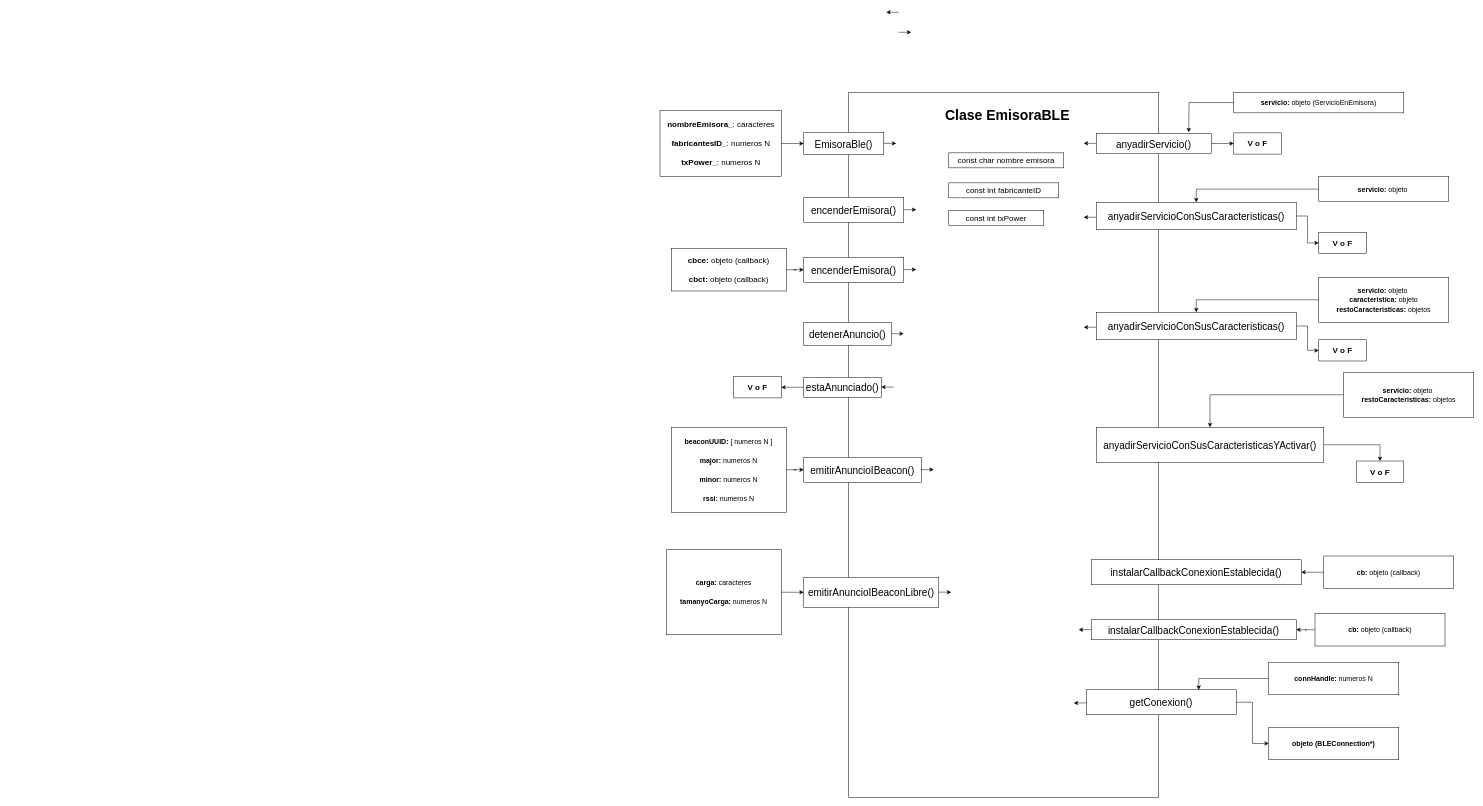
Before: Diseño/DiseñoProgramaDeArduino.drawio in JosueBellota/ProyectoDeBiometria, a draw.io diagram. Source tidied: cells renumbered, new cells numbered last; positions are measured from the earlier drawing's top-left corner, leaving out a move shared by most shapes. Both pictures are drawn from the tidied source at 50%, with x=0, y=0 at pixel (660, 12).
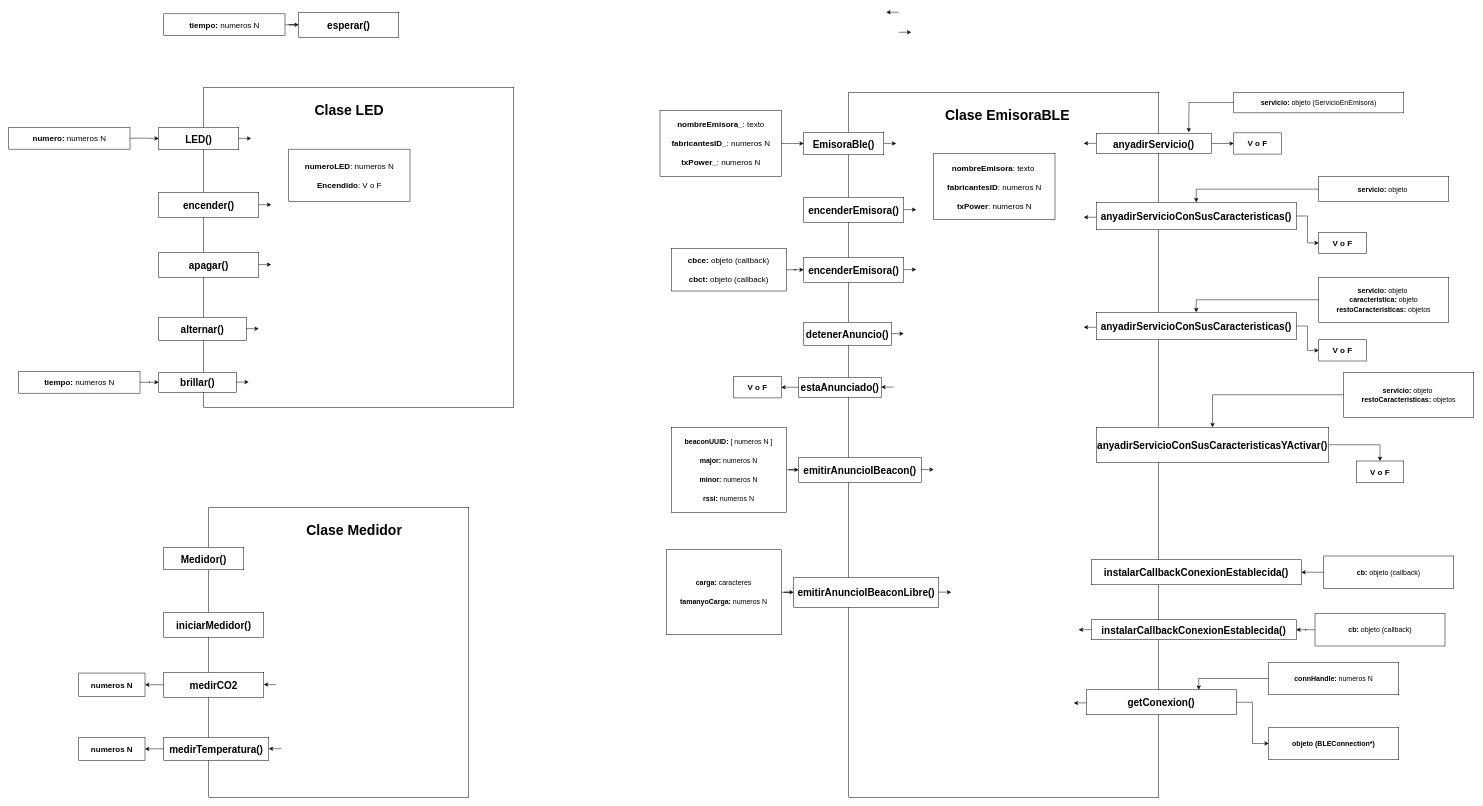
After the change.

Commit message (it also covers changes not shown here):
Comentarios del Diseño Clase Medidor Añadido

Diff of the diagram source:
```diff
@@
-    <mxCell id="4" value="encenderEmisora()" style="rounded=0;whiteSpace=wrap;html=1;fontSize=20;" parent="1" vertex="1">
+    <mxCell id="4" value="encenderEmisora()" style="rounded=0;whiteSpace=wrap;html=1;fontSize=20;fontStyle=1;" parent="1" vertex="1">
       <mxGeometry x="288" y="370" width="200" height="50" as="geometry" />
     </mxCell>
-    <mxCell id="5" value="detenerAnuncio()" style="rounded=0;whiteSpace=wrap;html=1;fontSize=20;" parent="1" vertex="1">
+    <mxCell id="5" value="detenerAnuncio()" style="rounded=0;whiteSpace=wrap;html=1;fontSize=20;fontStyle=1;" parent="1" vertex="1">
       <mxGeometry x="288" y="620" width="175" height="46.2" as="geometry" />
     </mxCell>
@@
-    <mxCell id="7" value="estaAnunciado()" style="rounded=0;whiteSpace=wrap;html=1;fontSize=20;" parent="1" vertex="1">
-      <mxGeometry x="288" y="730" width="155" height="40" as="geometry" />
+    <mxCell id="7" value="estaAnunciado()" style="rounded=0;whiteSpace=wrap;html=1;fontSize=20;fontStyle=1;" parent="1" vertex="1">
+      <mxGeometry x="278" y="730" width="165" height="40" as="geometry" />
     </mxCell>
-    <mxCell id="8" value="emitirAnuncioIBeacon()" style="rounded=0;whiteSpace=wrap;html=1;fontSize=20;" parent="1" vertex="1">
-      <mxGeometry x="288" y="890" width="235" height="50" as="geometry" />
+    <mxCell id="8" value="emitirAnuncioIBeacon()" style="rounded=0;whiteSpace=wrap;html=1;fontSize=20;fontStyle=1;" parent="1" vertex="1">
+      <mxGeometry x="278" y="890" width="245" height="50" as="geometry" />
     </mxCell>
@@
-    <mxCell id="10" value="anyadirServicio()" style="rounded=0;whiteSpace=wrap;html=1;fontSize=20;" parent="1" vertex="1">
+    <mxCell id="10" value="anyadirServicio()" style="rounded=0;whiteSpace=wrap;html=1;fontSize=20;fontStyle=1;" parent="1" vertex="1">
       <mxGeometry x="873" y="242.5" width="230" height="40" as="geometry" />
     </mxCell>
@@
-    <mxCell id="12" value="anyadirServicioConSusCaracteristicas()" style="rounded=0;whiteSpace=wrap;html=1;fontSize=20;" parent="1" vertex="1">
+    <mxCell id="12" value="anyadirServicioConSusCaracteristicas()" style="rounded=0;whiteSpace=wrap;html=1;fontSize=20;fontStyle=1;" parent="1" vertex="1">
       <mxGeometry x="873" y="380" width="400" height="55" as="geometry" />
     </mxCell>
-    <mxCell id="13" value="instalarCallbackConexionEstablecida()" style="rounded=0;whiteSpace=wrap;html=1;fontSize=20;" parent="1" vertex="1">
+    <mxCell id="13" value="instalarCallbackConexionEstablecida()" style="rounded=0;whiteSpace=wrap;html=1;fontSize=20;fontStyle=1;" parent="1" vertex="1">
       <mxGeometry x="863" y="1095" width="420" height="50" as="geometry" />
     </mxCell>
-    <mxCell id="14" value="instalarCallbackConexionEstablecida()" style="rounded=0;whiteSpace=wrap;html=1;fontSize=20;" parent="1" vertex="1">
+    <mxCell id="14" value="instalarCallbackConexionEstablecida()" style="rounded=0;whiteSpace=wrap;html=1;fontSize=20;fontStyle=1;" parent="1" vertex="1">
       <mxGeometry x="863" y="1215" width="410" height="40" as="geometry" />
     </mxCell>
@@
-    <mxCell id="16" value="getConexion()" style="rounded=0;whiteSpace=wrap;html=1;fontSize=20;" parent="1" vertex="1">
+    <mxCell id="16" value="getConexion()" style="rounded=0;whiteSpace=wrap;html=1;fontSize=20;fontStyle=1;" parent="1" vertex="1">
       <mxGeometry x="853" y="1355" width="300" height="50" as="geometry" />
     </mxCell>
-    <mxCell id="17" value="const char nombre emisora" style="rounded=0;whiteSpace=wrap;html=1;fontSize=16;" parent="1" vertex="1">
-      <mxGeometry x="578" y="281.2" width="230" height="30" as="geometry" />
-    </mxCell>
-    <mxCell id="18" value="const int fabricanteID" style="rounded=0;whiteSpace=wrap;html=1;fontSize=16;" parent="1" vertex="1">
-      <mxGeometry x="578" y="341.2" width="220" height="30" as="geometry" />
-    </mxCell>
-    <mxCell id="19" value="const int txPower" style="rounded=0;whiteSpace=wrap;html=1;fontSize=16;" parent="1" vertex="1">
-      <mxGeometry x="578" y="396.2" width="190" height="30" as="geometry" />
-    </mxCell>
@@
-    <mxCell id="21" value="&lt;b&gt;nombreEmisora_&lt;/b&gt;: caracteres&lt;div&gt;&lt;br&gt;&lt;/div&gt;&lt;div&gt;&lt;b&gt;fabricantesID_&lt;/b&gt;: numeros N&lt;/div&gt;&lt;div&gt;&lt;br&gt;&lt;/div&gt;&lt;div&gt;&lt;b&gt;txPower_&lt;/b&gt;: numeros N&lt;/div&gt;" style="rounded=0;whiteSpace=wrap;html=1;fontSize=16;" parent="1" vertex="1">
+    <mxCell id="21" value="&lt;b&gt;nombreEmisora_&lt;/b&gt;: texto&lt;div&gt;&lt;br&gt;&lt;/div&gt;&lt;div&gt;&lt;b&gt;fabricantesID_&lt;/b&gt;: numeros N&lt;/div&gt;&lt;div&gt;&lt;br&gt;&lt;/div&gt;&lt;div&gt;&lt;b&gt;txPower_&lt;/b&gt;: numeros N&lt;/div&gt;" style="rounded=0;whiteSpace=wrap;html=1;fontSize=16;" parent="1" vertex="1">
       <mxGeometry x="0.5" y="196.2" width="242.5" height="132.5" as="geometry" />
     </mxCell>
-    <mxCell id="22" value="&lt;font&gt;EmisoraBle()&lt;/font&gt;" style="rounded=0;whiteSpace=wrap;html=1;fontSize=20;" parent="1" vertex="1">
+    <mxCell id="22" value="&lt;font&gt;EmisoraBle()&lt;/font&gt;" style="rounded=0;whiteSpace=wrap;html=1;fontSize=20;fontStyle=1;" parent="1" vertex="1">
       <mxGeometry x="288" y="240" width="160" height="45" as="geometry" />
     </mxCell>
@@
-    <mxCell id="27" value="encenderEmisora()" style="rounded=0;whiteSpace=wrap;html=1;fontSize=20;" parent="1" vertex="1">
+    <mxCell id="27" value="encenderEmisora()" style="rounded=0;whiteSpace=wrap;html=1;fontSize=20;fontStyle=1;" parent="1" vertex="1">
       <mxGeometry x="288" y="490" width="200" height="50" as="geometry" />
     </mxCell>
@@
-    <mxCell id="53" value="emitirAnuncioIBeaconLibre()" style="rounded=0;whiteSpace=wrap;html=1;fontSize=20;" parent="1" vertex="1">
-      <mxGeometry x="288" y="1130" width="270" height="60" as="geometry" />
+    <mxCell id="53" value="emitirAnuncioIBeaconLibre()" style="rounded=0;whiteSpace=wrap;html=1;fontSize=20;fontStyle=1;" parent="1" vertex="1">
+      <mxGeometry x="268" y="1130" width="290" height="60" as="geometry" />
     </mxCell>
@@
-    <mxCell id="65" value="anyadirServicioConSusCaracteristicas()" style="rounded=0;whiteSpace=wrap;html=1;fontSize=20;" parent="1" vertex="1">
+    <mxCell id="65" value="anyadirServicioConSusCaracteristicas()" style="rounded=0;whiteSpace=wrap;html=1;fontSize=20;fontStyle=1;" parent="1" vertex="1">
       <mxGeometry x="873" y="600" width="400" height="55" as="geometry" />
     </mxCell>
@@
-    <mxCell id="74" value="anyadirServicioConSusCaracteristicasYActivar()" style="rounded=0;whiteSpace=wrap;html=1;fontSize=20;" parent="1" vertex="1">
-      <mxGeometry x="873" y="830" width="455" height="70" as="geometry" />
+    <mxCell id="74" value="anyadirServicioConSusCaracteristicasYActivar()" style="rounded=0;whiteSpace=wrap;html=1;fontSize=20;fontStyle=1;" parent="1" vertex="1">
+      <mxGeometry x="873" y="830" width="465" height="70" as="geometry" />
     </mxCell>
@@
+    <mxCell id="83" value="&lt;b&gt;nombreEmisora&lt;/b&gt;: texto&amp;nbsp;&lt;div&gt;&lt;br&gt;&lt;/div&gt;&lt;div&gt;&lt;b&gt;fabricantesID&lt;/b&gt;: numeros N&lt;/div&gt;&lt;div&gt;&lt;br&gt;&lt;/div&gt;&lt;div&gt;&lt;b&gt;txPower&lt;/b&gt;: numeros N&lt;/div&gt;" style="rounded=0;whiteSpace=wrap;html=1;fontSize=16;" parent="1" vertex="1">
+      <mxGeometry x="548" y="282.5" width="242.5" height="132.5" as="geometry" />
+    </mxCell>
+    <mxCell id="84" style="rounded=0;whiteSpace=wrap;html=1;strokeColor=default;align=center;verticalAlign=middle;fontFamily=Helvetica;fontSize=20;fontColor=default;fillColor=default;" parent="1" vertex="1">
+      <mxGeometry x="-912" y="150" width="620" height="640" as="geometry" />
+    </mxCell>
+    <mxCell id="85" value="Clase LED" style="text;html=1;align=center;verticalAlign=middle;whiteSpace=wrap;rounded=0;fontSize=28;fontStyle=1;" parent="1" vertex="1">
+      <mxGeometry x="-705.8" y="150" width="170" height="90" as="geometry" />
+    </mxCell>
+    <mxCell id="86" value="encender()" style="rounded=0;whiteSpace=wrap;html=1;fontSize=20;fontStyle=1;" parent="1" vertex="1">
+      <mxGeometry x="-1002" y="360" width="200" height="50" as="geometry" />
+    </mxCell>
+    <mxCell id="87" value="alternar()" style="rounded=0;whiteSpace=wrap;html=1;fontSize=20;fontStyle=1;" parent="1" vertex="1">
+      <mxGeometry x="-1002" y="610" width="175" height="46.2" as="geometry" />
+    </mxCell>
+    <mxCell id="88" value="brillar()" style="rounded=0;whiteSpace=wrap;html=1;fontSize=20;fontStyle=1;" parent="1" vertex="1">
+      <mxGeometry x="-1002" y="720" width="155" height="40" as="geometry" />
+    </mxCell>
+    <mxCell id="89" value="&lt;font&gt;LED()&lt;/font&gt;" style="rounded=0;whiteSpace=wrap;html=1;fontSize=20;fontStyle=1;" parent="1" vertex="1">
+      <mxGeometry x="-1002" y="230" width="160" height="45" as="geometry" />
+    </mxCell>
+    <mxCell id="90" value="apagar()" style="rounded=0;whiteSpace=wrap;html=1;fontSize=20;fontStyle=1;" parent="1" vertex="1">
+      <mxGeometry x="-1002" y="480" width="200" height="50" as="geometry" />
+    </mxCell>
+    <mxCell id="91" style="endArrow=classic;html=1;rounded=0;fontFamily=Helvetica;fontSize=20;fontColor=default;" parent="1" edge="1">
+      <mxGeometry relative="1" as="geometry">
+        <mxPoint x="-802" y="384.8" as="sourcePoint" />
+        <mxPoint x="-777" y="384.8" as="targetPoint" />
+      </mxGeometry>
+    </mxCell>
+    <mxCell id="92" style="edgeLabel;html=1;align=center;verticalAlign=middle;rounded=0;strokeColor=default;fontFamily=Helvetica;fontSize=20;fontColor=default;fillColor=default;" parent="91" vertex="1">
+      <mxGeometry relative="1" as="geometry" />
+    </mxCell>
+    <mxCell id="93" style="endArrow=classic;html=1;rounded=0;fontFamily=Helvetica;fontSize=20;fontColor=default;" parent="1" edge="1">
+      <mxGeometry relative="1" as="geometry">
+        <mxPoint x="-802" y="504.7" as="sourcePoint" />
+        <mxPoint x="-777" y="504.7" as="targetPoint" />
+      </mxGeometry>
+    </mxCell>
+    <mxCell id="94" style="edgeLabel;html=1;align=center;verticalAlign=middle;rounded=0;strokeColor=default;fontFamily=Helvetica;fontSize=20;fontColor=default;fillColor=default;" parent="93" vertex="1">
+      <mxGeometry relative="1" as="geometry" />
+    </mxCell>
+    <mxCell id="95" style="endArrow=classic;html=1;rounded=0;fontFamily=Helvetica;fontSize=20;fontColor=default;" parent="1" edge="1">
+      <mxGeometry relative="1" as="geometry">
+        <mxPoint x="-827" y="632.8" as="sourcePoint" />
+        <mxPoint x="-802" y="632.8" as="targetPoint" />
+      </mxGeometry>
+    </mxCell>
+    <mxCell id="96" style="edgeLabel;html=1;align=center;verticalAlign=middle;rounded=0;strokeColor=default;fontFamily=Helvetica;fontSize=20;fontColor=default;fillColor=default;" parent="95" vertex="1">
+      <mxGeometry relative="1" as="geometry" />
+    </mxCell>
+    <mxCell id="97" style="endArrow=classic;html=1;rounded=0;fontFamily=Helvetica;fontSize=20;fontColor=default;" parent="1" edge="1">
+      <mxGeometry relative="1" as="geometry">
+        <mxPoint x="-847" y="739.7" as="sourcePoint" />
+        <mxPoint x="-822" y="739.7" as="targetPoint" />
+      </mxGeometry>
+    </mxCell>
+    <mxCell id="98" style="edgeLabel;html=1;align=center;verticalAlign=middle;rounded=0;strokeColor=default;fontFamily=Helvetica;fontSize=20;fontColor=default;fillColor=default;" parent="97" vertex="1">
+      <mxGeometry relative="1" as="geometry" />
+    </mxCell>
+    <mxCell id="99" style="endArrow=classic;html=1;rounded=0;fontFamily=Helvetica;fontSize=20;fontColor=default;" parent="1" edge="1">
+      <mxGeometry relative="1" as="geometry">
+        <mxPoint x="-842" y="252.3" as="sourcePoint" />
+        <mxPoint x="-817" y="252.3" as="targetPoint" />
+      </mxGeometry>
+    </mxCell>
+    <mxCell id="100" style="edgeLabel;html=1;align=center;verticalAlign=middle;rounded=0;strokeColor=default;fontFamily=Helvetica;fontSize=20;fontColor=default;fillColor=default;" parent="99" vertex="1">
+      <mxGeometry relative="1" as="geometry" />
+    </mxCell>
+    <mxCell id="101" value="&lt;div&gt;&lt;b style=&quot;background-color: transparent; color: light-dark(rgb(0, 0, 0), rgb(255, 255, 255));&quot;&gt;numeroLED&lt;/b&gt;&lt;span style=&quot;background-color: transparent; color: light-dark(rgb(0, 0, 0), rgb(255, 255, 255));&quot;&gt;: numeros N&lt;/span&gt;&lt;/div&gt;&lt;div&gt;&lt;br&gt;&lt;/div&gt;&lt;div&gt;&lt;b&gt;Encendido&lt;/b&gt;: V o F&lt;/div&gt;" style="rounded=0;whiteSpace=wrap;html=1;fontSize=16;" parent="1" vertex="1">
+      <mxGeometry x="-742" y="273.8" width="242.5" height="105" as="geometry" />
+    </mxCell>
+    <mxCell id="102" style="edgeStyle=orthogonalEdgeStyle;rounded=0;jettySize=auto;html=1;entryX=0;entryY=0.5;entryDx=0;entryDy=0;fontFamily=Helvetica;fontSize=20;fontColor=default;" parent="1" edge="1" source="103" target="89">
+      <mxGeometry relative="1" as="geometry" />
+    </mxCell>
+    <mxCell id="103" value="&lt;b&gt;numero: &lt;/b&gt;numeros N" style="rounded=0;whiteSpace=wrap;html=1;fontSize=16;" parent="1" vertex="1">
+      <mxGeometry x="-1302" y="230" width="242.5" height="43.8" as="geometry" />
+    </mxCell>
+    <mxCell id="104" value="esperar()" style="rounded=0;whiteSpace=wrap;html=1;fontSize=20;fontStyle=1;" parent="1" vertex="1">
+      <mxGeometry x="-722" width="200" height="50" as="geometry" />
+    </mxCell>
+    <mxCell id="105" style="edgeStyle=orthogonalEdgeStyle;rounded=0;jettySize=auto;html=1;entryX=0;entryY=0.5;entryDx=0;entryDy=0;fontFamily=Helvetica;fontSize=20;fontColor=default;" parent="1" edge="1" source="106" target="104">
+      <mxGeometry relative="1" as="geometry" />
+    </mxCell>
+    <mxCell id="106" value="&lt;b&gt;tiempo: &lt;/b&gt;numeros N" style="rounded=0;whiteSpace=wrap;html=1;fontSize=16;" parent="1" vertex="1">
+      <mxGeometry x="-992" y="3.1" width="242.5" height="43.8" as="geometry" />
+    </mxCell>
+    <mxCell id="107" style="edgeStyle=orthogonalEdgeStyle;rounded=0;jettySize=auto;html=1;entryX=0;entryY=0.5;entryDx=0;entryDy=0;fontFamily=Helvetica;fontSize=20;fontColor=default;" parent="1" edge="1" source="108" target="88">
+      <mxGeometry relative="1" as="geometry" />
+    </mxCell>
+    <mxCell id="108" value="&lt;b&gt;tiempo: &lt;/b&gt;numeros N" style="rounded=0;whiteSpace=wrap;html=1;fontSize=16;" parent="1" vertex="1">
+      <mxGeometry x="-1282" y="718.1" width="242.5" height="43.8" as="geometry" />
+    </mxCell>
+    <mxCell id="109" style="rounded=0;whiteSpace=wrap;html=1;strokeColor=default;align=center;verticalAlign=middle;fontFamily=Helvetica;fontSize=20;fontColor=default;fillColor=default;" parent="1" vertex="1">
+      <mxGeometry x="-902" y="990" width="520" height="580" as="geometry" />
+    </mxCell>
+    <mxCell id="110" value="Clase Medidor" style="text;html=1;align=center;verticalAlign=middle;whiteSpace=wrap;rounded=0;fontSize=28;fontStyle=1;" parent="1" vertex="1">
+      <mxGeometry x="-722.6" y="990" width="223.8" height="90" as="geometry" />
+    </mxCell>
+    <mxCell id="111" value="iniciarMedidor()" style="rounded=0;whiteSpace=wrap;html=1;fontSize=20;fontStyle=1;" parent="1" vertex="1">
+      <mxGeometry x="-992" y="1200" width="200" height="50" as="geometry" />
+    </mxCell>
+    <mxCell id="112" style="edgeStyle=orthogonalEdgeStyle;rounded=0;jettySize=auto;html=1;fontFamily=Helvetica;fontSize=20;fontColor=default;" parent="1" edge="1" source="113" target="120">
+      <mxGeometry relative="1" as="geometry" />
+    </mxCell>
+    <mxCell id="113" value="medirTemperatura()" style="rounded=0;whiteSpace=wrap;html=1;fontSize=20;fontStyle=1;" parent="1" vertex="1">
+      <mxGeometry x="-992" y="1450" width="210" height="46.2" as="geometry" />
+    </mxCell>
+    <mxCell id="114" value="&lt;font&gt;Medidor()&lt;/font&gt;" style="rounded=0;whiteSpace=wrap;html=1;fontSize=20;fontStyle=1;" parent="1" vertex="1">
+      <mxGeometry x="-992" y="1070" width="160" height="45" as="geometry" />
+    </mxCell>
+    <mxCell id="115" value="medirCO2" style="rounded=0;whiteSpace=wrap;html=1;fontSize=20;fontStyle=1;" parent="1" vertex="1">
+      <mxGeometry x="-992" y="1320" width="200" height="50" as="geometry" />
+    </mxCell>
+    <mxCell id="116" style="endArrow=classic;html=1;rounded=0;fontFamily=Helvetica;fontSize=20;fontColor=default;" parent="1" edge="1">
+      <mxGeometry relative="1" as="geometry">
+        <mxPoint x="-767" y="1344.7" as="sourcePoint" />
+        <mxPoint x="-792" y="1344.7" as="targetPoint" />
+      </mxGeometry>
+    </mxCell>
+    <mxCell id="117" style="edgeLabel;html=1;align=center;verticalAlign=middle;rounded=0;strokeColor=default;fontFamily=Helvetica;fontSize=20;fontColor=default;fillColor=default;" parent="116" vertex="1">
+      <mxGeometry relative="1" as="geometry" />
+    </mxCell>
+    <mxCell id="118" style="edgeStyle=orthogonalEdgeStyle;rounded=0;jettySize=auto;html=1;fontFamily=Helvetica;fontSize=20;fontColor=default;exitX=0;exitY=0.5;exitDx=0;exitDy=0;" parent="1" edge="1" source="115" target="119">
+      <mxGeometry relative="1" as="geometry" />
+    </mxCell>
+    <mxCell id="119" value="&lt;b&gt;numeros N&lt;/b&gt;" style="rounded=0;whiteSpace=wrap;html=1;fontSize=16;" parent="1" vertex="1">
+      <mxGeometry x="-1162" y="1321.6" width="132.5" height="46.9" as="geometry" />
+    </mxCell>
+    <mxCell id="120" value="&lt;b&gt;numeros N&lt;/b&gt;" style="rounded=0;whiteSpace=wrap;html=1;fontSize=16;" parent="1" vertex="1">
+      <mxGeometry x="-1162" y="1450" width="132.5" height="46.9" as="geometry" />
+    </mxCell>
+    <mxCell id="121" style="endArrow=classic;html=1;rounded=0;fontFamily=Helvetica;fontSize=20;fontColor=default;" parent="1" edge="1">
+      <mxGeometry relative="1" as="geometry">
+        <mxPoint x="-757" y="1472.9" as="sourcePoint" />
+        <mxPoint x="-782" y="1472.9" as="targetPoint" />
+      </mxGeometry>
+    </mxCell>
+    <mxCell id="122" style="edgeLabel;html=1;align=center;verticalAlign=middle;rounded=0;strokeColor=default;fontFamily=Helvetica;fontSize=20;fontColor=default;fillColor=default;" parent="121" vertex="1">
+      <mxGeometry relative="1" as="geometry" />
+    </mxCell>
```
